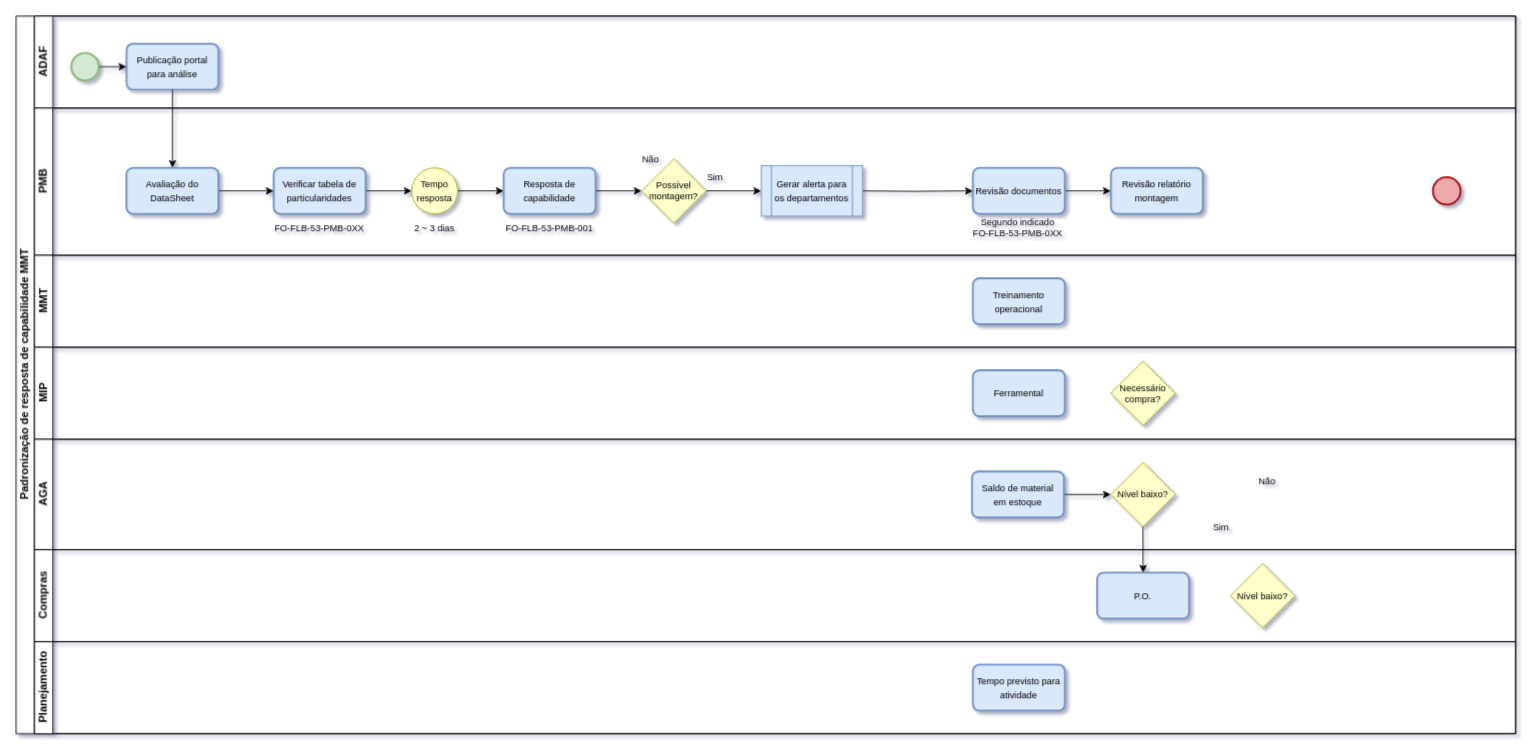
The draw.io diagram Untitled Diagram.drawio in Willian-BC/Draw, before the edit. Source tidied: cells renumbered, new cells numbered last; positions are measured from the earlier drawing's top-left corner, leaving out a move shared by most shapes. Both pictures are drawn from the tidied source at 92%, with x=0, y=0 at pixel (16, 16).
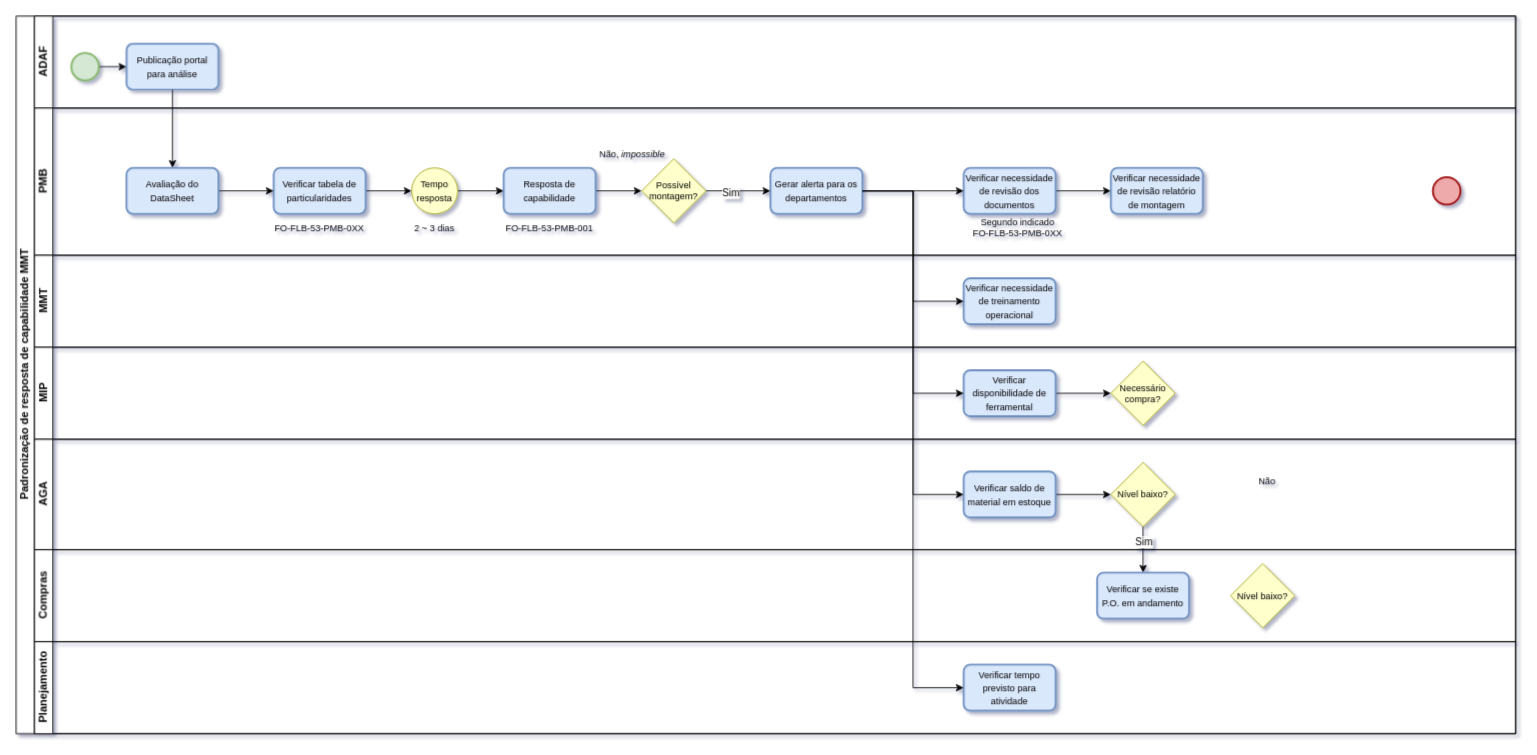
The same diagram, later.

Unchanged cells that the change refers to:
```xml
<mxCell id="2" value="&lt;font style=&quot;font-size: 12px;&quot;&gt;Padronização de resposta de capabilidade MMT&lt;/font&gt;" style="swimlane;horizontal=0;startSize=20;html=1;rounded=0;fontSize=10;" parent="1" vertex="1">
  <mxGeometry width="1630" height="780" as="geometry" />
</mxCell>
<mxCell id="8" value="PMB" style="swimlane;startSize=20;horizontal=0;html=1;rounded=0;" parent="2" vertex="1">
  <mxGeometry x="20" y="100" width="1610" height="160" as="geometry" />
</mxCell>
<mxCell id="13" value="Possível montagem?" style="rhombus;whiteSpace=wrap;html=1;strokeColor=#a6a61d;fontSize=10;fillColor=#ffffcc;" parent="8" vertex="1">
  <mxGeometry x="660" y="55" width="70" height="70" as="geometry" />
</mxCell>
<mxCell id="31" value="MMT" style="swimlane;startSize=20;horizontal=0;html=1;rounded=0;" parent="2" vertex="1">
  <mxGeometry x="20" y="260" width="1610" height="100" as="geometry" />
</mxCell>
<mxCell id="33" value="MIP" style="swimlane;startSize=20;horizontal=0;html=1;rounded=0;" parent="2" vertex="1">
  <mxGeometry x="20" y="360" width="1610" height="100" as="geometry" />
</mxCell>
<mxCell id="35" value="Necessário compra?" style="rhombus;whiteSpace=wrap;html=1;strokeColor=#a6a61d;fontSize=10;fillColor=#ffffcc;" parent="33" vertex="1">
  <mxGeometry x="1170" y="15" width="70" height="70" as="geometry" />
</mxCell>
<mxCell id="36" value="AGA" style="swimlane;startSize=20;horizontal=0;html=1;rounded=0;" parent="2" vertex="1">
  <mxGeometry x="20" y="460" width="1610" height="120" as="geometry" />
</mxCell>
<mxCell id="39" value="Nível baixo?" style="rhombus;whiteSpace=wrap;html=1;strokeColor=#a6a61d;fontSize=10;fillColor=#ffffcc;" parent="36" vertex="1">
  <mxGeometry x="1170" y="25" width="70" height="70" as="geometry" />
</mxCell>
<mxCell id="42" style="edgeStyle=orthogonalEdgeStyle;rounded=0;jettySize=auto;html=1;exitX=0.5;exitY=1;exitDx=0;exitDy=0;entryX=0.5;entryY=0;entryDx=0;entryDy=0;fontSize=10;" parent="2" edge="1" source="39" target="44">
  <mxGeometry relative="1" as="geometry" />
</mxCell>
<mxCell id="43" value="Compras" style="swimlane;startSize=20;horizontal=0;html=1;rounded=0;" parent="2" vertex="1">
  <mxGeometry x="20" y="580" width="1610" height="100" as="geometry" />
</mxCell>
<mxCell id="46" value="Planejamento" style="swimlane;startSize=20;horizontal=0;html=1;rounded=0;" parent="2" vertex="1">
  <mxGeometry x="20" y="680" width="1610" height="100" as="geometry" />
</mxCell>
```

Diff of the diagram source:
```diff
@@
-    <mxCell id="9" style="edgeStyle=orthogonalEdgeStyle;rounded=0;jettySize=auto;html=1;entryX=0;entryY=0.5;entryDx=0;entryDy=0;fontSize=10;startArrow=none;exitX=1;exitY=0.5;exitDx=0;exitDy=0;" parent="8" edge="1" target="11">
-      <mxGeometry relative="1" as="geometry">
-        <mxPoint x="890" y="90" as="sourcePoint" />
-      </mxGeometry>
-    </mxCell>
-    <mxCell id="10" style="edgeStyle=orthogonalEdgeStyle;rounded=0;jettySize=auto;html=1;exitX=1;exitY=0.5;exitDx=0;exitDy=0;entryX=0;entryY=0.5;entryDx=0;entryDy=0;" parent="8" edge="1" source="11" target="16">
+    <mxCell id="10" style="edgeStyle=orthogonalEdgeStyle;rounded=0;jettySize=auto;html=1;exitX=1;exitY=0.5;exitDx=0;exitDy=0;entryX=0;entryY=0.5;entryDx=0;entryDy=0;" parent="8" edge="1" source="48" target="49">
       <mxGeometry relative="1" as="geometry" />
     </mxCell>
-    <mxCell id="11" value="&lt;font style=&quot;font-size: 10px;&quot;&gt;Revisão documentos&lt;/font&gt;" style="rounded=1;whiteSpace=wrap;html=1;absoluteArcSize=1;arcSize=14;strokeWidth=2;fillColor=#dae8fc;strokeColor=#6c8ebf;" parent="8" vertex="1">
-      <mxGeometry x="1020" y="65" width="100" height="50" as="geometry" />
-    </mxCell>
-    <mxCell id="12" style="edgeStyle=orthogonalEdgeStyle;rounded=0;jettySize=auto;html=1;exitX=1;exitY=0.5;exitDx=0;exitDy=0;entryX=0;entryY=0.5;entryDx=0;entryDy=0;" parent="8" edge="1" source="13" target="29">
-      <mxGeometry relative="1" as="geometry" />
-    </mxCell>
@@
-    <mxCell id="15" value="Não" style="text;html=1;strokeColor=none;fillColor=none;align=center;verticalAlign=middle;whiteSpace=wrap;rounded=0;fontSize=10;" parent="8" vertex="1">
-      <mxGeometry x="640" y="40" width="60" height="30" as="geometry" />
+    <mxCell id="15" value="Não, &lt;i&gt;impossible&lt;/i&gt;" style="text;html=1;strokeColor=none;fillColor=none;align=center;verticalAlign=middle;whiteSpace=wrap;rounded=0;fontSize=10;" parent="8" vertex="1">
+      <mxGeometry x="610" y="35" width="80" height="30" as="geometry" />
     </mxCell>
-    <mxCell id="16" value="&lt;font style=&quot;font-size: 10px;&quot;&gt;Revisão relatório montagem&lt;/font&gt;" style="rounded=1;whiteSpace=wrap;html=1;absoluteArcSize=1;arcSize=14;strokeWidth=2;fillColor=#dae8fc;strokeColor=#6c8ebf;" parent="8" vertex="1">
-      <mxGeometry x="1170" y="65" width="100" height="50" as="geometry" />
-    </mxCell>
@@
-    <mxCell id="25" value="Sim" style="text;html=1;strokeColor=none;fillColor=none;align=center;verticalAlign=middle;whiteSpace=wrap;rounded=0;fontSize=10;" parent="8" vertex="1">
-      <mxGeometry x="710" y="60" width="60" height="30" as="geometry" />
-    </mxCell>
@@
+    <mxCell id="30" value="Segundo indicado FO-FLB-53-PMB-0XX" style="text;html=1;strokeColor=none;fillColor=none;align=center;verticalAlign=middle;whiteSpace=wrap;rounded=0;fontSize=10;" parent="8" vertex="1">
+      <mxGeometry x="1019" y="115" width="100" height="30" as="geometry" />
+    </mxCell>
+    <mxCell id="48" value="&lt;span style=&quot;font-size: 10px;&quot;&gt;Verificar necessidade de revisão dos documentos&lt;/span&gt;" style="rounded=1;whiteSpace=wrap;html=1;absoluteArcSize=1;arcSize=14;strokeWidth=2;fillColor=#dae8fc;strokeColor=#6c8ebf;" parent="8" vertex="1">
+      <mxGeometry x="1010" y="65" width="100" height="50" as="geometry" />
+    </mxCell>
+    <mxCell id="49" value="&lt;span style=&quot;font-size: 10px;&quot;&gt;Verificar necessidade de revisão relatório de montagem&lt;/span&gt;" style="rounded=1;whiteSpace=wrap;html=1;absoluteArcSize=1;arcSize=14;strokeWidth=2;fillColor=#dae8fc;strokeColor=#6c8ebf;" parent="8" vertex="1">
+      <mxGeometry x="1170" y="65" width="100" height="50" as="geometry" />
+    </mxCell>
-    <mxCell id="29" value="&lt;span style=&quot;font-size: 10px;&quot;&gt;Gerar alerta para os departamentos&lt;/span&gt;" style="shape=process;whiteSpace=wrap;html=1;backgroundOutline=1;fillColor=#DAE8FC;strokeColor=#6C8EBF;" parent="8" vertex="1">
-      <mxGeometry x="790" y="62.5" width="110" height="55" as="geometry" />
+    <mxCell id="29" value="&lt;span style=&quot;font-size: 10px;&quot;&gt;Gerar alerta para os departamentos&lt;/span&gt;" style="rounded=1;whiteSpace=wrap;html=1;absoluteArcSize=1;arcSize=14;strokeWidth=2;fillColor=#dae8fc;strokeColor=#6c8ebf;" parent="8" vertex="1">
+      <mxGeometry x="800" y="65" width="100" height="50" as="geometry" />
     </mxCell>
-    <mxCell id="30" value="Segundo indicado FO-FLB-53-PMB-0XX" style="text;html=1;strokeColor=none;fillColor=none;align=center;verticalAlign=middle;whiteSpace=wrap;rounded=0;fontSize=10;" parent="8" vertex="1">
-      <mxGeometry x="1019" y="115" width="100" height="30" as="geometry" />
-    </mxCell>
+    <mxCell id="12" style="edgeStyle=orthogonalEdgeStyle;rounded=0;jettySize=auto;html=1;exitX=1;exitY=0.5;exitDx=0;exitDy=0;entryX=0;entryY=0.5;entryDx=0;entryDy=0;" parent="8" edge="1" source="13" target="29">
+      <mxGeometry relative="1" as="geometry" />
+    </mxCell>
+    <mxCell id="50" value="Sim" style="edgeLabel;html=1;align=center;verticalAlign=middle;" parent="12" vertex="1">
+      <mxGeometry x="-0.25" y="-1" relative="1" as="geometry" />
+    </mxCell>
+    <mxCell id="9" style="edgeStyle=orthogonalEdgeStyle;rounded=0;jettySize=auto;html=1;entryX=0;entryY=0.5;entryDx=0;entryDy=0;fontSize=10;startArrow=none;exitX=1;exitY=0.5;exitDx=0;exitDy=0;" parent="8" edge="1" source="29" target="48">
+      <mxGeometry relative="1" as="geometry" />
+    </mxCell>
@@
-    <mxCell id="32" value="&lt;font style=&quot;font-size: 10px;&quot;&gt;Treinamento operacional&lt;/font&gt;" style="rounded=1;whiteSpace=wrap;html=1;absoluteArcSize=1;arcSize=14;strokeWidth=2;fillColor=#dae8fc;strokeColor=#6c8ebf;" parent="31" vertex="1">
-      <mxGeometry x="1020" y="25" width="100" height="50" as="geometry" />
-    </mxCell>
+    <mxCell id="51" value="&lt;span style=&quot;font-size: 10px;&quot;&gt;Verificar necessidade de treinamento operacional&lt;/span&gt;" style="rounded=1;whiteSpace=wrap;html=1;absoluteArcSize=1;arcSize=14;strokeWidth=2;fillColor=#dae8fc;strokeColor=#6c8ebf;" parent="31" vertex="1">
+      <mxGeometry x="1010" y="25" width="100" height="50" as="geometry" />
+    </mxCell>
@@
-    <mxCell id="34" value="&lt;font style=&quot;font-size: 10px;&quot;&gt;Ferramental&lt;/font&gt;" style="rounded=1;whiteSpace=wrap;html=1;absoluteArcSize=1;arcSize=14;strokeWidth=2;fillColor=#dae8fc;strokeColor=#6c8ebf;" parent="33" vertex="1">
-      <mxGeometry x="1020" y="25" width="100" height="50" as="geometry" />
-    </mxCell>
@@
+    <mxCell id="52" style="edgeStyle=orthogonalEdgeStyle;rounded=0;jettySize=auto;html=1;exitX=1;exitY=0.5;exitDx=0;exitDy=0;entryX=0;entryY=0.5;entryDx=0;entryDy=0;" parent="33" edge="1" source="53" target="35">
+      <mxGeometry relative="1" as="geometry" />
+    </mxCell>
+    <mxCell id="53" value="&lt;span style=&quot;font-size: 10px;&quot;&gt;Verificar disponibilidade de ferramental&lt;/span&gt;" style="rounded=1;whiteSpace=wrap;html=1;absoluteArcSize=1;arcSize=14;strokeWidth=2;fillColor=#dae8fc;strokeColor=#6c8ebf;" parent="33" vertex="1">
+      <mxGeometry x="1010" y="25" width="100" height="50" as="geometry" />
+    </mxCell>
@@
-    <mxCell id="37" style="edgeStyle=orthogonalEdgeStyle;rounded=0;jettySize=auto;html=1;exitX=1;exitY=0.5;exitDx=0;exitDy=0;entryX=0;entryY=0.5;entryDx=0;entryDy=0;fontSize=10;" parent="36" edge="1" source="38" target="39">
+    <mxCell id="37" style="edgeStyle=orthogonalEdgeStyle;rounded=0;jettySize=auto;html=1;exitX=1;exitY=0.5;exitDx=0;exitDy=0;entryX=0;entryY=0.5;entryDx=0;entryDy=0;fontSize=10;" parent="36" edge="1" source="54" target="39">
       <mxGeometry relative="1" as="geometry" />
     </mxCell>
-    <mxCell id="38" value="&lt;font style=&quot;font-size: 10px;&quot;&gt;Saldo de material &lt;br&gt;em estoque&lt;/font&gt;" style="rounded=1;whiteSpace=wrap;html=1;absoluteArcSize=1;arcSize=14;strokeWidth=2;fillColor=#dae8fc;strokeColor=#6c8ebf;" parent="36" vertex="1">
-      <mxGeometry x="1019" y="35" width="100" height="50" as="geometry" />
-    </mxCell>
@@
-    <mxCell id="41" value="Sim" style="text;html=1;strokeColor=none;fillColor=none;align=center;verticalAlign=middle;whiteSpace=wrap;rounded=0;fontSize=10;" parent="36" vertex="1">
-      <mxGeometry x="1260" y="80" width="60" height="30" as="geometry" />
-    </mxCell>
+    <mxCell id="54" value="&lt;span style=&quot;font-size: 10px;&quot;&gt;Verificar saldo de material em estoque&lt;/span&gt;" style="rounded=1;whiteSpace=wrap;html=1;absoluteArcSize=1;arcSize=14;strokeWidth=2;fillColor=#dae8fc;strokeColor=#6c8ebf;" parent="36" vertex="1">
+      <mxGeometry x="1010" y="35" width="100" height="50" as="geometry" />
+    </mxCell>
@@
+    <mxCell id="55" value="Sim" style="edgeLabel;html=1;align=center;verticalAlign=middle;" parent="42" vertex="1">
+      <mxGeometry x="-0.25" y="3" relative="1" as="geometry">
+        <mxPoint x="-3" y="-3" as="offset" />
+      </mxGeometry>
+    </mxCell>
@@
+    <mxCell id="45" value="Nível baixo?" style="rhombus;whiteSpace=wrap;html=1;strokeColor=#a6a61d;fontSize=10;fillColor=#ffffcc;" parent="43" vertex="1">
+      <mxGeometry x="1300" y="15" width="70" height="70" as="geometry" />
+    </mxCell>
-    <mxCell id="44" value="&lt;span style=&quot;font-size: 10px;&quot;&gt;P.O.&lt;/span&gt;" style="rounded=1;whiteSpace=wrap;html=1;absoluteArcSize=1;arcSize=14;strokeWidth=2;fillColor=#dae8fc;strokeColor=#6c8ebf;" parent="43" vertex="1">
+    <mxCell id="44" value="&lt;span style=&quot;font-size: 10px;&quot;&gt;Verificar se existe P.O. em andamento&lt;/span&gt;" style="rounded=1;whiteSpace=wrap;html=1;absoluteArcSize=1;arcSize=14;strokeWidth=2;fillColor=#dae8fc;strokeColor=#6c8ebf;" parent="43" vertex="1">
       <mxGeometry x="1155" y="25" width="100" height="50" as="geometry" />
     </mxCell>
-    <mxCell id="45" value="Nível baixo?" style="rhombus;whiteSpace=wrap;html=1;strokeColor=#a6a61d;fontSize=10;fillColor=#ffffcc;" parent="43" vertex="1">
-      <mxGeometry x="1300" y="15" width="70" height="70" as="geometry" />
-    </mxCell>
@@
-    <mxCell id="47" value="&lt;span style=&quot;font-size: 10px;&quot;&gt;Tempo previsto para atividade&lt;/span&gt;" style="rounded=1;whiteSpace=wrap;html=1;absoluteArcSize=1;arcSize=14;strokeWidth=2;fillColor=#dae8fc;strokeColor=#6c8ebf;" parent="46" vertex="1">
-      <mxGeometry x="1020" y="25" width="100" height="50" as="geometry" />
-    </mxCell>
+    <mxCell id="56" value="&lt;span style=&quot;font-size: 10px;&quot;&gt;Verificar tempo previsto para atividade&lt;/span&gt;" style="rounded=1;whiteSpace=wrap;html=1;absoluteArcSize=1;arcSize=14;strokeWidth=2;fillColor=#dae8fc;strokeColor=#6c8ebf;" parent="46" vertex="1">
+      <mxGeometry x="1010" y="25" width="100" height="50" as="geometry" />
+    </mxCell>
+    <mxCell id="57" style="edgeStyle=orthogonalEdgeStyle;rounded=0;jettySize=auto;html=1;exitX=1;exitY=0.5;exitDx=0;exitDy=0;entryX=0;entryY=0.5;entryDx=0;entryDy=0;" parent="2" edge="1" source="29" target="51">
+      <mxGeometry relative="1" as="geometry" />
+    </mxCell>
+    <mxCell id="58" style="edgeStyle=orthogonalEdgeStyle;rounded=0;jettySize=auto;html=1;exitX=1;exitY=0.5;exitDx=0;exitDy=0;entryX=0;entryY=0.5;entryDx=0;entryDy=0;" parent="2" edge="1" source="29" target="53">
+      <mxGeometry relative="1" as="geometry" />
+    </mxCell>
+    <mxCell id="59" style="edgeStyle=orthogonalEdgeStyle;rounded=0;jettySize=auto;html=1;exitX=1;exitY=0.5;exitDx=0;exitDy=0;entryX=0;entryY=0.5;entryDx=0;entryDy=0;" parent="2" edge="1" source="29" target="54">
+      <mxGeometry relative="1" as="geometry" />
+    </mxCell>
+    <mxCell id="60" style="edgeStyle=orthogonalEdgeStyle;rounded=0;jettySize=auto;html=1;exitX=1;exitY=0.5;exitDx=0;exitDy=0;entryX=0;entryY=0.5;entryDx=0;entryDy=0;" parent="2" edge="1" source="29" target="56">
+      <mxGeometry relative="1" as="geometry" />
+    </mxCell>
```
